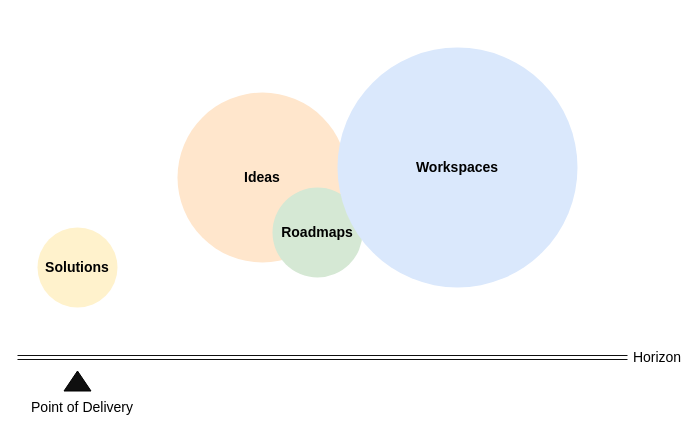
The draw.io diagram page "Horizon" (2 of 4) of Modules/Platform/PowerBIDashboard/images/DE.Dashboard.PowerBI.drawio in EnglishSid/DigitalExplorerDevNotes, before the edit. Source tidied: cells renumbered, new cells numbered last; positions are measured from the earlier drawing's top-left corner, leaving out a move shared by most shapes. Both pictures are drawn from the tidied source at 100%, with x=0, y=0 at pixel (17, 47).
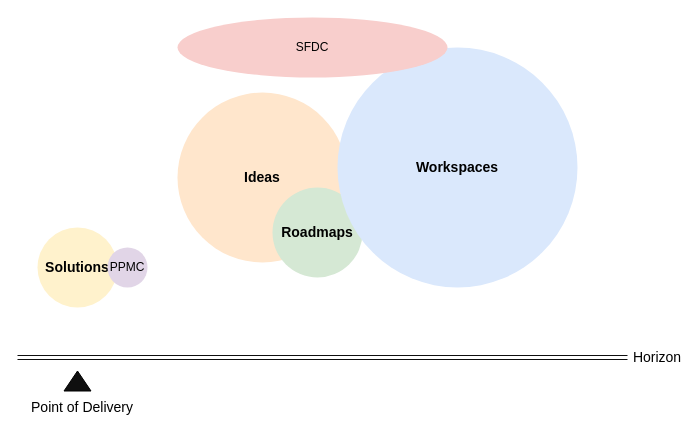
After the change.

What changed in the source:
```diff
@@
 <mxGraphModel>
   <root>
     <mxCell id="0" />
     <mxCell id="1" parent="0" />
     <mxCell id="2" style="shape=link;html=1;strokeColor=#0F0F0F;fontSize=14;" parent="1" edge="1">
       <mxGeometry relative="1" as="geometry">
         <mxPoint y="310" as="sourcePoint" />
         <mxPoint x="610" y="310" as="targetPoint" />
       </mxGeometry>
     </mxCell>
     <mxCell id="3" style="triangle;whiteSpace=wrap;html=1;fontSize=14;align=center;rotation=-90;fillColor=#0F0F0F;" parent="1" vertex="1">
       <mxGeometry x="50" y="320" width="20" height="27" as="geometry" />
     </mxCell>
     <mxCell id="4" value="Point of Delivery" style="text;html=1;strokeColor=none;fillColor=none;align=center;verticalAlign=middle;whiteSpace=wrap;rounded=0;fontSize=14;" parent="1" vertex="1">
       <mxGeometry y="350" width="130" height="20" as="geometry" />
     </mxCell>
     <mxCell id="5" value="Solutions" style="ellipse;whiteSpace=wrap;html=1;fillColor=#fff2cc;fontSize=14;align=center;strokeColor=none;fontStyle=1;" parent="1" vertex="1">
       <mxGeometry x="20" y="180" width="80" height="80" as="geometry" />
     </mxCell>
     <mxCell id="6" value="Ideas" style="ellipse;whiteSpace=wrap;html=1;fillColor=#ffe6cc;fontSize=14;align=center;strokeColor=none;fontStyle=1;" parent="1" vertex="1">
       <mxGeometry x="160" y="45" width="170" height="170" as="geometry" />
     </mxCell>
     <mxCell id="7" value="Roadmaps" style="ellipse;whiteSpace=wrap;html=1;fillColor=#d5e8d4;fontSize=14;align=center;strokeColor=none;fontStyle=1;" parent="1" vertex="1">
       <mxGeometry x="255" y="140" width="90" height="90" as="geometry" />
     </mxCell>
     <mxCell id="8" value="Workspaces" style="ellipse;whiteSpace=wrap;html=1;fillColor=#dae8fc;fontSize=14;align=center;strokeColor=none;fontStyle=1;" parent="1" vertex="1">
       <mxGeometry x="320" width="240" height="240" as="geometry" />
     </mxCell>
     <mxCell id="9" value="Horizon" style="text;html=1;strokeColor=none;fillColor=none;align=center;verticalAlign=middle;whiteSpace=wrap;rounded=0;fontSize=14;" parent="1" vertex="1">
       <mxGeometry x="620" y="300" width="40" height="20" as="geometry" />
     </mxCell>
+    <mxCell id="10" value="SFDC" style="ellipse;whiteSpace=wrap;html=1;fillColor=#f8cecc;strokeColor=none;" parent="1" vertex="1">
+      <mxGeometry x="160" y="-30" width="270" height="60" as="geometry" />
+    </mxCell>
+    <mxCell id="11" value="PPMC" style="ellipse;whiteSpace=wrap;html=1;fillColor=#e1d5e7;strokeColor=none;" parent="1" vertex="1">
+      <mxGeometry x="90" y="200" width="40" height="40" as="geometry" />
+    </mxCell>
   </root>
 </mxGraphModel>
```
